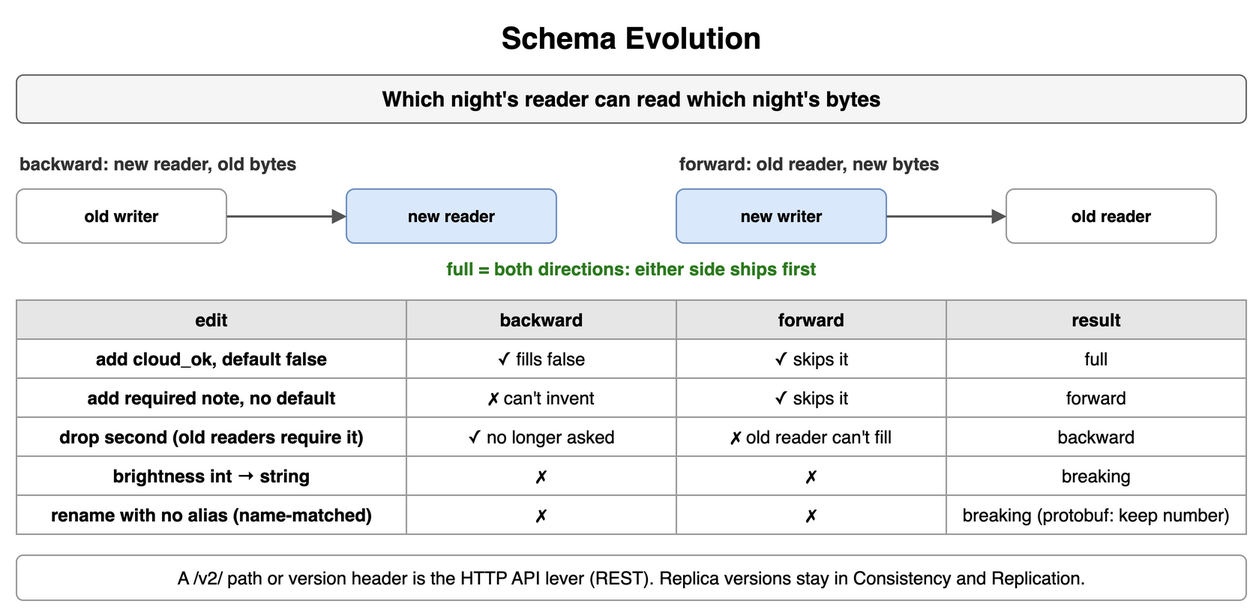
Before: content/09_System_Design_Interview/14_Encoding_Serialization_and_Schema_Evolution/diagrams/encoding-7-schema-evolution.png, a diagram exported from draw.io (amendez13/swe-study-guide). Source tidied: cells renumbered, new cells last; positions are measured from the earlier drawing's top-left corner, leaving out a move shared by most shapes.
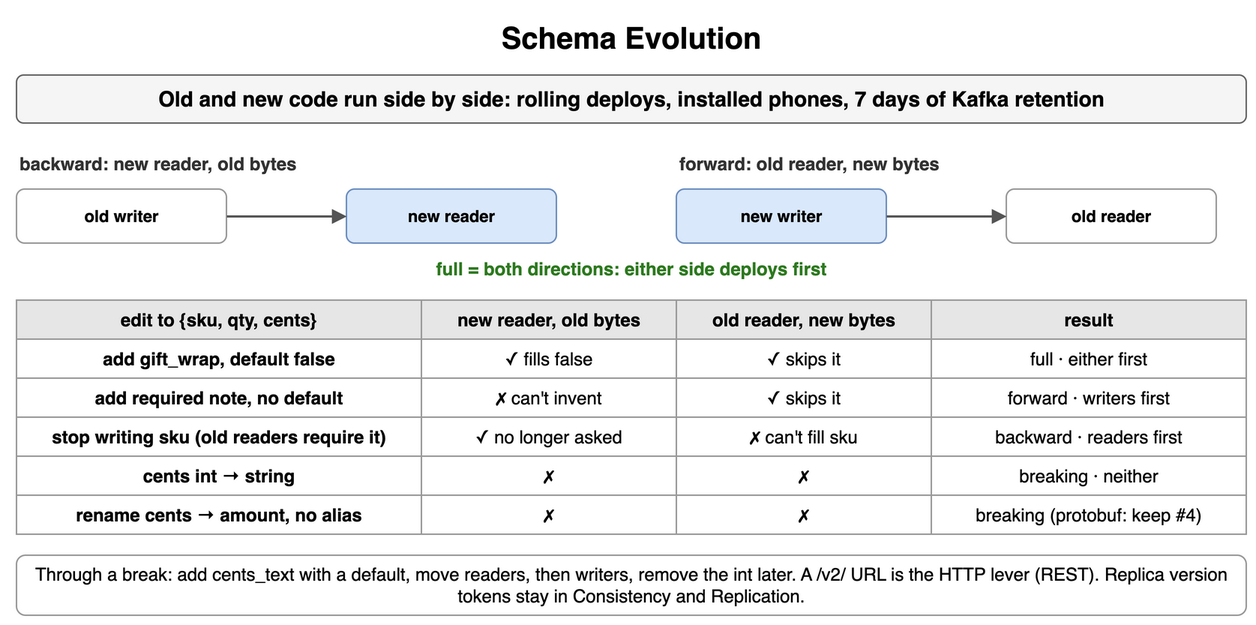
The same diagram one commit later.

What changed in the source:
```diff
@@ -5,7 +5,7 @@
     <mxCell id="2" value="Schema Evolution" style="text;html=1;align=center;verticalAlign=middle;whiteSpace=wrap;fontSize=20;fontStyle=1;" parent="1" vertex="1">
       <mxGeometry width="820" height="30" as="geometry" />
     </mxCell>
-    <mxCell id="3" value="Which night's reader can read which night's bytes" style="rounded=1;whiteSpace=wrap;html=1;fillColor=#f5f5f5;strokeColor=#666666;fontStyle=1;fontSize=14;" parent="1" vertex="1">
+    <mxCell id="3" value="Old and new code run side by side: rolling deploys, installed phones, 7 days of Kafka retention" style="rounded=1;whiteSpace=wrap;html=1;fillColor=#f5f5f5;strokeColor=#666666;fontStyle=1;fontSize=14;" parent="1" vertex="1">
       <mxGeometry y="40" width="820" height="32" as="geometry" />
     </mxCell>
     <mxCell id="4" value="backward: new reader, old bytes" style="text;html=1;whiteSpace=wrap;fontSize=11;align=left;verticalAlign=middle;fontSize=12;fontColor=#333333;fontStyle=1;" parent="1" vertex="1">
@@ -32,83 +32,83 @@
     <mxCell id="11" style="endArrow=block;endSize=6;html=1;strokeWidth=1.5;strokeColor=#555555;fontSize=11;labelBackgroundColor=#ffffff;" parent="1" edge="1" source="9" target="10">
       <mxGeometry relative="1" as="geometry" />
     </mxCell>
-    <mxCell id="12" value="full = both directions: either side ships first" style="text;html=1;whiteSpace=wrap;fontSize=11;align=center;verticalAlign=middle;fontSize=12;fontColor=#2d7a1f;fontStyle=1;" parent="1" vertex="1">
+    <mxCell id="12" value="full = both directions: either side deploys first" style="text;html=1;whiteSpace=wrap;fontSize=11;align=center;verticalAlign=middle;fontSize=12;fontColor=#2d7a1f;fontStyle=1;" parent="1" vertex="1">
       <mxGeometry y="160" width="820" height="18" as="geometry" />
     </mxCell>
-    <mxCell id="13" value="edit" style="whiteSpace=wrap;html=1;fillColor=#e6e6e6;strokeColor=#999999;fontStyle=1;fontSize=12;" parent="1" vertex="1">
-      <mxGeometry y="190" width="260" height="26" as="geometry" />
+    <mxCell id="13" value="edit to {sku, qty, cents}" style="whiteSpace=wrap;html=1;fillColor=#e6e6e6;strokeColor=#999999;fontStyle=1;fontSize=12;" parent="1" vertex="1">
+      <mxGeometry y="190" width="270" height="26" as="geometry" />
     </mxCell>
-    <mxCell id="14" value="backward" style="whiteSpace=wrap;html=1;fillColor=#e6e6e6;strokeColor=#999999;fontStyle=1;fontSize=12;" parent="1" vertex="1">
-      <mxGeometry x="260" y="190" width="180" height="26" as="geometry" />
+    <mxCell id="14" value="new reader, old bytes" style="whiteSpace=wrap;html=1;fillColor=#e6e6e6;strokeColor=#999999;fontStyle=1;fontSize=12;" parent="1" vertex="1">
+      <mxGeometry x="270" y="190" width="170" height="26" as="geometry" />
     </mxCell>
-    <mxCell id="15" value="forward" style="whiteSpace=wrap;html=1;fillColor=#e6e6e6;strokeColor=#999999;fontStyle=1;fontSize=12;" parent="1" vertex="1">
-      <mxGeometry x="440" y="190" width="180" height="26" as="geometry" />
+    <mxCell id="15" value="old reader, new bytes" style="whiteSpace=wrap;html=1;fillColor=#e6e6e6;strokeColor=#999999;fontStyle=1;fontSize=12;" parent="1" vertex="1">
+      <mxGeometry x="440" y="190" width="170" height="26" as="geometry" />
     </mxCell>
     <mxCell id="16" value="result" style="whiteSpace=wrap;html=1;fillColor=#e6e6e6;strokeColor=#999999;fontStyle=1;fontSize=12;" parent="1" vertex="1">
-      <mxGeometry x="620" y="190" width="200" height="26" as="geometry" />
+      <mxGeometry x="610" y="190" width="210" height="26" as="geometry" />
     </mxCell>
-    <mxCell id="17" value="add cloud_ok, default false" style="whiteSpace=wrap;html=1;strokeColor=#999999;fontSize=12;fillColor=#ffffff;fontStyle=1;" parent="1" vertex="1">
-      <mxGeometry y="216" width="260" height="26" as="geometry" />
+    <mxCell id="17" value="add gift_wrap, default false" style="whiteSpace=wrap;html=1;strokeColor=#999999;fontSize=12;fillColor=#ffffff;fontStyle=1;" parent="1" vertex="1">
+      <mxGeometry y="216" width="270" height="26" as="geometry" />
     </mxCell>
     <mxCell id="18" value="✓ fills false" style="whiteSpace=wrap;html=1;strokeColor=#999999;fontSize=12;fillColor=#ffffff;" parent="1" vertex="1">
-      <mxGeometry x="260" y="216" width="180" height="26" as="geometry" />
+      <mxGeometry x="270" y="216" width="170" height="26" as="geometry" />
     </mxCell>
     <mxCell id="19" value="✓ skips it" style="whiteSpace=wrap;html=1;strokeColor=#999999;fontSize=12;fillColor=#ffffff;" parent="1" vertex="1">
-      <mxGeometry x="440" y="216" width="180" height="26" as="geometry" />
+      <mxGeometry x="440" y="216" width="170" height="26" as="geometry" />
     </mxCell>
-    <mxCell id="20" value="full" style="whiteSpace=wrap;html=1;strokeColor=#999999;fontSize=12;fillColor=#ffffff;" parent="1" vertex="1">
-      <mxGeometry x="620" y="216" width="200" height="26" as="geometry" />
+    <mxCell id="20" value="full · either first" style="whiteSpace=wrap;html=1;strokeColor=#999999;fontSize=12;fillColor=#ffffff;" parent="1" vertex="1">
+      <mxGeometry x="610" y="216" width="210" height="26" as="geometry" />
     </mxCell>
     <mxCell id="21" value="add required note, no default" style="whiteSpace=wrap;html=1;strokeColor=#999999;fontSize=12;fillColor=#ffffff;fontStyle=1;" parent="1" vertex="1">
-      <mxGeometry y="242" width="260" height="26" as="geometry" />
+      <mxGeometry y="242" width="270" height="26" as="geometry" />
     </mxCell>
     <mxCell id="22" value="✗ can't invent" style="whiteSpace=wrap;html=1;strokeColor=#999999;fontSize=12;fillColor=#ffffff;" parent="1" vertex="1">
-      <mxGeometry x="260" y="242" width="180" height="26" as="geometry" />
+      <mxGeometry x="270" y="242" width="170" height="26" as="geometry" />
     </mxCell>
     <mxCell id="23" value="✓ skips it" style="whiteSpace=wrap;html=1;strokeColor=#999999;fontSize=12;fillColor=#ffffff;" parent="1" vertex="1">
-      <mxGeometry x="440" y="242" width="180" height="26" as="geometry" />
+      <mxGeometry x="440" y="242" width="170" height="26" as="geometry" />
     </mxCell>
-    <mxCell id="24" value="forward" style="whiteSpace=wrap;html=1;strokeColor=#999999;fontSize=12;fillColor=#ffffff;" parent="1" vertex="1">
-      <mxGeometry x="620" y="242" width="200" height="26" as="geometry" />
+    <mxCell id="24" value="forward · writers first" style="whiteSpace=wrap;html=1;strokeColor=#999999;fontSize=12;fillColor=#ffffff;" parent="1" vertex="1">
+      <mxGeometry x="610" y="242" width="210" height="26" as="geometry" />
     </mxCell>
-    <mxCell id="25" value="drop second (old readers require it)" style="whiteSpace=wrap;html=1;strokeColor=#999999;fontSize=12;fillColor=#ffffff;fontStyle=1;" parent="1" vertex="1">
-      <mxGeometry y="268" width="260" height="26" as="geometry" />
+    <mxCell id="25" value="stop writing sku (old readers require it)" style="whiteSpace=wrap;html=1;strokeColor=#999999;fontSize=12;fillColor=#ffffff;fontStyle=1;" parent="1" vertex="1">
+      <mxGeometry y="268" width="270" height="26" as="geometry" />
     </mxCell>
     <mxCell id="26" value="✓ no longer asked" style="whiteSpace=wrap;html=1;strokeColor=#999999;fontSize=12;fillColor=#ffffff;" parent="1" vertex="1">
-      <mxGeometry x="260" y="268" width="180" height="26" as="geometry" />
+      <mxGeometry x="270" y="268" width="170" height="26" as="geometry" />
     </mxCell>
-    <mxCell id="27" value="✗ old reader can't fill" style="whiteSpace=wrap;html=1;strokeColor=#999999;fontSize=12;fillColor=#ffffff;" parent="1" vertex="1">
-      <mxGeometry x="440" y="268" width="180" height="26" as="geometry" />
+    <mxCell id="27" value="✗ can't fill sku" style="whiteSpace=wrap;html=1;strokeColor=#999999;fontSize=12;fillColor=#ffffff;" parent="1" vertex="1">
+      <mxGeometry x="440" y="268" width="170" height="26" as="geometry" />
     </mxCell>
-    <mxCell id="28" value="backward" style="whiteSpace=wrap;html=1;strokeColor=#999999;fontSize=12;fillColor=#ffffff;" parent="1" vertex="1">
-      <mxGeometry x="620" y="268" width="200" height="26" as="geometry" />
+    <mxCell id="28" value="backward · readers first" style="whiteSpace=wrap;html=1;strokeColor=#999999;fontSize=12;fillColor=#ffffff;" parent="1" vertex="1">
+      <mxGeometry x="610" y="268" width="210" height="26" as="geometry" />
     </mxCell>
-    <mxCell id="29" value="brightness int → string" style="whiteSpace=wrap;html=1;strokeColor=#999999;fontSize=12;fillColor=#ffffff;fontStyle=1;" parent="1" vertex="1">
-      <mxGeometry y="294" width="260" height="26" as="geometry" />
+    <mxCell id="29" value="cents int → string" style="whiteSpace=wrap;html=1;strokeColor=#999999;fontSize=12;fillColor=#ffffff;fontStyle=1;" parent="1" vertex="1">
+      <mxGeometry y="294" width="270" height="26" as="geometry" />
     </mxCell>
     <mxCell id="30" value="✗" style="whiteSpace=wrap;html=1;strokeColor=#999999;fontSize=12;fillColor=#ffffff;" parent="1" vertex="1">
-      <mxGeometry x="260" y="294" width="180" height="26" as="geometry" />
+      <mxGeometry x="270" y="294" width="170" height="26" as="geometry" />
     </mxCell>
     <mxCell id="31" value="✗" style="whiteSpace=wrap;html=1;strokeColor=#999999;fontSize=12;fillColor=#ffffff;" parent="1" vertex="1">
-      <mxGeometry x="440" y="294" width="180" height="26" as="geometry" />
+      <mxGeometry x="440" y="294" width="170" height="26" as="geometry" />
     </mxCell>
-    <mxCell id="32" value="breaking" style="whiteSpace=wrap;html=1;strokeColor=#999999;fontSize=12;fillColor=#ffffff;" parent="1" vertex="1">
-      <mxGeometry x="620" y="294" width="200" height="26" as="geometry" />
+    <mxCell id="32" value="breaking · neither" style="whiteSpace=wrap;html=1;strokeColor=#999999;fontSize=12;fillColor=#ffffff;" parent="1" vertex="1">
+      <mxGeometry x="610" y="294" width="210" height="26" as="geometry" />
     </mxCell>
-    <mxCell id="33" value="rename with no alias (name-matched)" style="whiteSpace=wrap;html=1;strokeColor=#999999;fontSize=12;fillColor=#ffffff;fontStyle=1;" parent="1" vertex="1">
-      <mxGeometry y="320" width="260" height="26" as="geometry" />
+    <mxCell id="33" value="rename cents → amount, no alias" style="whiteSpace=wrap;html=1;strokeColor=#999999;fontSize=12;fillColor=#ffffff;fontStyle=1;" parent="1" vertex="1">
+      <mxGeometry y="320" width="270" height="26" as="geometry" />
     </mxCell>
     <mxCell id="34" value="✗" style="whiteSpace=wrap;html=1;strokeColor=#999999;fontSize=12;fillColor=#ffffff;" parent="1" vertex="1">
-      <mxGeometry x="260" y="320" width="180" height="26" as="geometry" />
+      <mxGeometry x="270" y="320" width="170" height="26" as="geometry" />
     </mxCell>
     <mxCell id="35" value="✗" style="whiteSpace=wrap;html=1;strokeColor=#999999;fontSize=12;fillColor=#ffffff;" parent="1" vertex="1">
-      <mxGeometry x="440" y="320" width="180" height="26" as="geometry" />
+      <mxGeometry x="440" y="320" width="170" height="26" as="geometry" />
     </mxCell>
-    <mxCell id="36" value="breaking (protobuf: keep number)" style="whiteSpace=wrap;html=1;strokeColor=#999999;fontSize=12;fillColor=#ffffff;" parent="1" vertex="1">
-      <mxGeometry x="620" y="320" width="200" height="26" as="geometry" />
+    <mxCell id="36" value="breaking (protobuf: keep #4)" style="whiteSpace=wrap;html=1;strokeColor=#999999;fontSize=12;fillColor=#ffffff;" parent="1" vertex="1">
+      <mxGeometry x="610" y="320" width="210" height="26" as="geometry" />
     </mxCell>
-    <mxCell id="37" value="A /v2/ path or version header is the HTTP API lever (REST). Replica versions stay in Consistency and Replication." style="rounded=1;whiteSpace=wrap;html=1;fillColor=#ffffff;strokeColor=#999999;fontSize=12;align=center;" parent="1" vertex="1">
-      <mxGeometry y="360" width="820" height="30" as="geometry" />
+    <mxCell id="37" value="Through a break: add cents_text with a default, move readers, then writers, remove the int later. A /v2/ URL is the HTTP lever (REST). Replica version tokens stay in Consistency and Replication." style="rounded=1;whiteSpace=wrap;html=1;fillColor=#ffffff;strokeColor=#999999;fontSize=12;align=center;" parent="1" vertex="1">
+      <mxGeometry y="360" width="820" height="40" as="geometry" />
     </mxCell>
   </root>
 </mxGraphModel>
```
